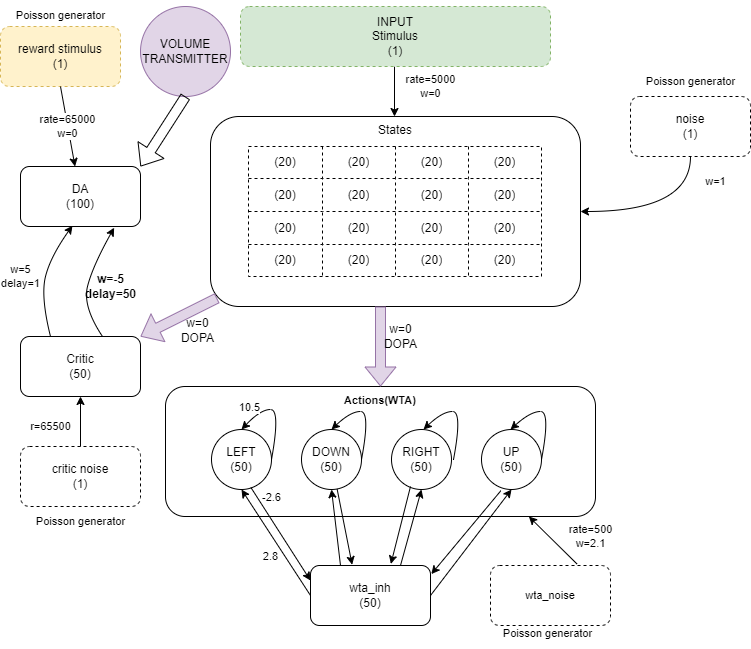
Before: doc/snn_architecture_en.drawio.png, a diagram exported from draw.io (borkox/uni-sofia-pre-masters-project). Source tidied: cells renumbered, new cells last; positions are measured from the earlier drawing's top-left corner, leaving out a move shared by most shapes.
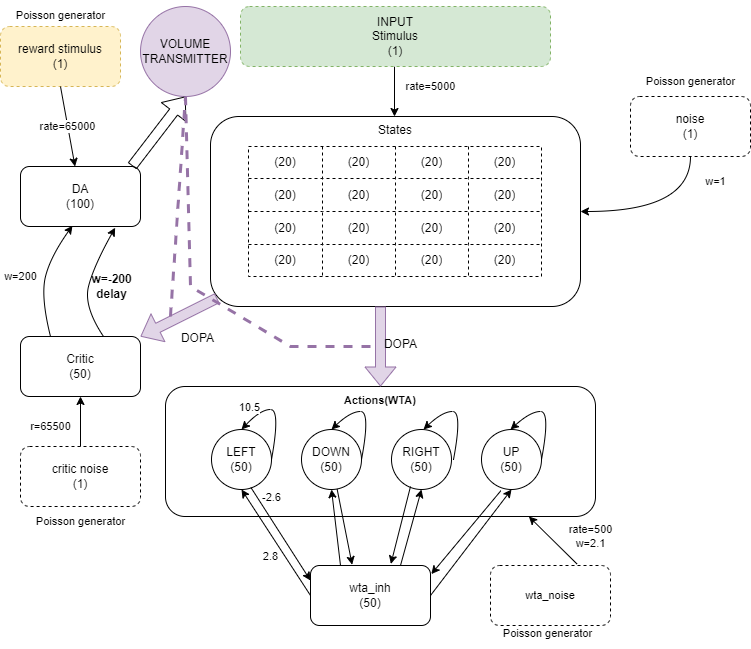
The same file after the commit.

Change to the diagram source:
```diff
@@ -71,7 +71,7 @@
     <mxCell id="24" value="noise&lt;br&gt;(1)" style="rounded=1;whiteSpace=wrap;html=1;dashed=1;" parent="1" vertex="1">
       <mxGeometry x="630" y="96" width="120" height="60" as="geometry" />
     </mxCell>
-    <mxCell id="25" value="&lt;span style=&quot;color: rgb(0, 0, 0); font-family: Helvetica; font-size: 11px; font-style: normal; font-variant-ligatures: normal; font-variant-caps: normal; font-weight: 400; letter-spacing: normal; orphans: 2; text-align: center; text-indent: 0px; text-transform: none; widows: 2; word-spacing: 0px; -webkit-text-stroke-width: 0px; text-decoration-thickness: initial; text-decoration-style: initial; text-decoration-color: initial; float: none; display: inline !important;&quot;&gt;rate=5000&lt;/span&gt;&lt;br style=&quot;color: rgb(0, 0, 0); font-family: Helvetica; font-size: 11px; font-style: normal; font-variant-ligatures: normal; font-variant-caps: normal; font-weight: 400; letter-spacing: normal; orphans: 2; text-align: center; text-indent: 0px; text-transform: none; widows: 2; word-spacing: 0px; -webkit-text-stroke-width: 0px; text-decoration-thickness: initial; text-decoration-style: initial; text-decoration-color: initial;&quot;&gt;&lt;span style=&quot;color: rgb(0, 0, 0); font-family: Helvetica; font-size: 11px; font-style: normal; font-variant-ligatures: normal; font-variant-caps: normal; font-weight: 400; letter-spacing: normal; orphans: 2; text-align: center; text-indent: 0px; text-transform: none; widows: 2; word-spacing: 0px; -webkit-text-stroke-width: 0px; text-decoration-thickness: initial; text-decoration-style: initial; text-decoration-color: initial; float: none; display: inline !important;&quot;&gt;w=0&lt;/span&gt;" style="rounded=1;orthogonalLoop=1;jettySize=auto;html=1;entryX=0.5;entryY=0;entryDx=0;entryDy=0;labelBackgroundColor=none;" parent="1" edge="1">
+    <mxCell id="25" value="&lt;span style=&quot;color: rgb(0, 0, 0); font-family: Helvetica; font-size: 11px; font-style: normal; font-variant-ligatures: normal; font-variant-caps: normal; font-weight: 400; letter-spacing: normal; orphans: 2; text-align: center; text-indent: 0px; text-transform: none; widows: 2; word-spacing: 0px; -webkit-text-stroke-width: 0px; text-decoration-thickness: initial; text-decoration-style: initial; text-decoration-color: initial; float: none; display: inline !important;&quot;&gt;rate=5000&lt;/span&gt;" style="rounded=1;orthogonalLoop=1;jettySize=auto;html=1;entryX=0.5;entryY=0;entryDx=0;entryDy=0;labelBackgroundColor=none;" parent="1" edge="1">
       <mxGeometry x="-0.2" y="36" relative="1" as="geometry">
         <mxPoint x="394" y="66" as="sourcePoint" />
         <mxPoint x="394" y="116" as="targetPoint" />
@@ -189,13 +189,13 @@
     <mxCell id="52" value="r=65500" style="endArrow=classic;html=1;rounded=0;entryX=0.5;entryY=1;entryDx=0;entryDy=0;exitX=0.5;exitY=0;exitDx=0;exitDy=0;labelBackgroundColor=none;" parent="1" edge="1" source="31" target="30">
       <mxGeometry x="-0.2" y="30" relative="1" as="geometry" />
     </mxCell>
-    <mxCell id="53" style="shape=flexArrow;endArrow=classic;html=1;rounded=0;exitX=0.5;exitY=1;exitDx=0;exitDy=0;entryX=1;entryY=0;entryDx=0;entryDy=0;" parent="1" edge="1" source="29" target="28">
+    <mxCell id="53" style="shape=flexArrow;endArrow=classic;html=1;rounded=0;exitX=0.93;exitY=-0.007;exitDx=0;exitDy=0;entryX=0.5;entryY=1;entryDx=0;entryDy=0;exitPerimeter=0;" parent="1" edge="1" source="28" target="29">
       <mxGeometry relative="1" as="geometry" />
     </mxCell>
-    <mxCell id="54" value="rate=65000&lt;br&gt;w=0" style="endArrow=classic;html=1;rounded=0;exitX=0.5;exitY=1;exitDx=0;exitDy=0;" parent="1" edge="1" source="27" target="28">
+    <mxCell id="54" value="rate=65000" style="endArrow=classic;html=1;rounded=0;exitX=0.5;exitY=1;exitDx=0;exitDy=0;" parent="1" edge="1" source="27" target="28">
       <mxGeometry relative="1" as="geometry" />
     </mxCell>
-    <mxCell id="55" value="w=5&lt;br&gt;delay=1" style="curved=1;endArrow=classic;html=1;rounded=0;exitX=0.25;exitY=0;exitDx=0;exitDy=0;entryX=0.433;entryY=0.987;entryDx=0;entryDy=0;entryPerimeter=0;labelBackgroundColor=none;" parent="1" edge="1" source="30" target="28">
+    <mxCell id="55" value="w=200" style="curved=1;endArrow=classic;html=1;rounded=0;exitX=0.25;exitY=0;exitDx=0;exitDy=0;entryX=0.433;entryY=0.987;entryDx=0;entryDy=0;entryPerimeter=0;labelBackgroundColor=none;" parent="1" edge="1" source="30" target="28">
       <mxGeometry x="-0.07" y="24" relative="1" as="geometry">
         <Array as="points">
           <mxPoint x="40" y="296" />
@@ -203,22 +203,22 @@
         </Array>
       </mxGeometry>
     </mxCell>
-    <mxCell id="56" value="w=-5&lt;br style=&quot;font-size: 12px;&quot;&gt;delay=50" style="curved=1;endArrow=classic;html=1;rounded=0;exitX=0.5;exitY=0;exitDx=0;exitDy=0;entryX=0.597;entryY=1.02;entryDx=0;entryDy=0;entryPerimeter=0;fontStyle=1;fontSize=12;labelBackgroundColor=none;" parent="1" edge="1">
+    <mxCell id="56" value="w=-200&lt;br style=&quot;font-size: 12px;&quot;&gt;delay" style="curved=1;endArrow=classic;html=1;rounded=0;exitX=0.5;exitY=0;exitDx=0;exitDy=0;entryX=0.597;entryY=1.02;entryDx=0;entryDy=0;entryPerimeter=0;fontStyle=1;fontSize=12;labelBackgroundColor=none;" parent="1" edge="1">
       <mxGeometry x="0.02" y="-22" relative="1" as="geometry">
-        <mxPoint x="102" y="336" as="sourcePoint" />
-        <mxPoint x="113.6" y="227.2" as="targetPoint" />
+        <mxPoint x="103" y="336" as="sourcePoint" />
+        <mxPoint x="114.6" y="227.2" as="targetPoint" />
         <Array as="points">
-          <mxPoint x="82" y="306" />
-          <mxPoint x="92" y="266" />
+          <mxPoint x="83" y="306" />
+          <mxPoint x="93" y="266" />
         </Array>
       </mxGeometry>
     </mxCell>
-    <mxCell id="57" value="w=0&lt;br&gt;DOPA" style="shape=flexArrow;endArrow=classic;html=1;rounded=0;fontSize=12;entryX=0.5;entryY=0;entryDx=0;entryDy=0;fillColor=#e1d5e7;strokeColor=#9673a6;labelBackgroundColor=none;" parent="1" edge="1" target="32">
+    <mxCell id="57" value="&lt;br&gt;DOPA" style="shape=flexArrow;endArrow=classic;html=1;rounded=0;fontSize=12;entryX=0.5;entryY=0;entryDx=0;entryDy=0;fillColor=#e1d5e7;strokeColor=#9673a6;labelBackgroundColor=none;" parent="1" edge="1" target="32">
       <mxGeometry x="-0.25" y="20" relative="1" as="geometry">
         <mxPoint x="380" y="306" as="sourcePoint" />
       </mxGeometry>
     </mxCell>
-    <mxCell id="58" value="w=0&lt;br&gt;DOPA" style="shape=flexArrow;endArrow=classic;html=1;rounded=0;fontSize=12;fillColor=#e1d5e7;strokeColor=#9673a6;exitX=0.018;exitY=0.956;exitDx=0;exitDy=0;exitPerimeter=0;labelBackgroundColor=none;" parent="1" edge="1" source="2" target="30">
+    <mxCell id="58" value="&lt;br&gt;DOPA" style="shape=flexArrow;endArrow=classic;html=1;rounded=0;fontSize=12;fillColor=#e1d5e7;strokeColor=#9673a6;exitX=0.018;exitY=0.956;exitDx=0;exitDy=0;exitPerimeter=0;labelBackgroundColor=none;" parent="1" edge="1" source="2" target="30">
       <mxGeometry x="-0.25" y="20" relative="1" as="geometry" />
     </mxCell>
     <mxCell id="59" value="wta_noise" style="rounded=1;whiteSpace=wrap;html=1;fontSize=11;dashed=1;" parent="1" vertex="1">
@@ -244,5 +244,19 @@
     <mxCell id="65" value="Poisson generator" style="text;html=1;align=center;verticalAlign=middle;strokeColor=none;fillColor=none;fontSize=11;" parent="1" vertex="1">
       <mxGeometry x="492" y="618" width="110" height="30" as="geometry" />
     </mxCell>
+    <mxCell id="66" style="endArrow=none;dashed=1;html=1;rounded=0;entryX=0.5;entryY=1;entryDx=0;entryDy=0;fillColor=#e1d5e7;strokeColor=#9673a6;strokeWidth=3;" parent="1" edge="1" target="29">
+      <mxGeometry relative="1" as="geometry">
+        <mxPoint x="170" y="316" as="sourcePoint" />
+      </mxGeometry>
+    </mxCell>
+    <mxCell id="67" style="endArrow=none;dashed=1;html=1;rounded=0;entryX=0.5;entryY=1;entryDx=0;entryDy=0;fillColor=#e1d5e7;strokeColor=#9673a6;strokeWidth=3;" parent="1" edge="1" target="29">
+      <mxGeometry relative="1" as="geometry">
+        <mxPoint x="370" y="346" as="sourcePoint" />
+        <Array as="points">
+          <mxPoint x="290" y="346" />
+          <mxPoint x="190" y="286" />
+        </Array>
+      </mxGeometry>
+    </mxCell>
   </root>
 </mxGraphModel>
```
